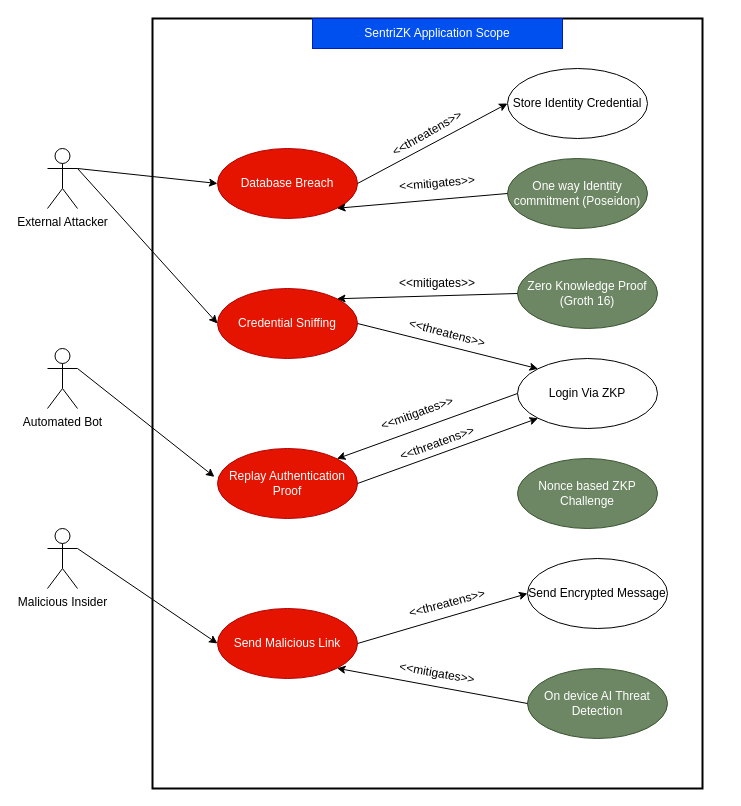
Earlier version of the draw.io diagram Doc/Academic/Proposal/slides/diagram/misuse_case_diagram.drawio (mohammadazri/SentriZK-InternalChat). Source tidied: cells renumbered, new cells numbered last; positions are measured from the earlier drawing's top-left corner, leaving out a move shared by most shapes. Both pictures are drawn from the tidied source at 100%, with x=0, y=0 at pixel (47, 18).
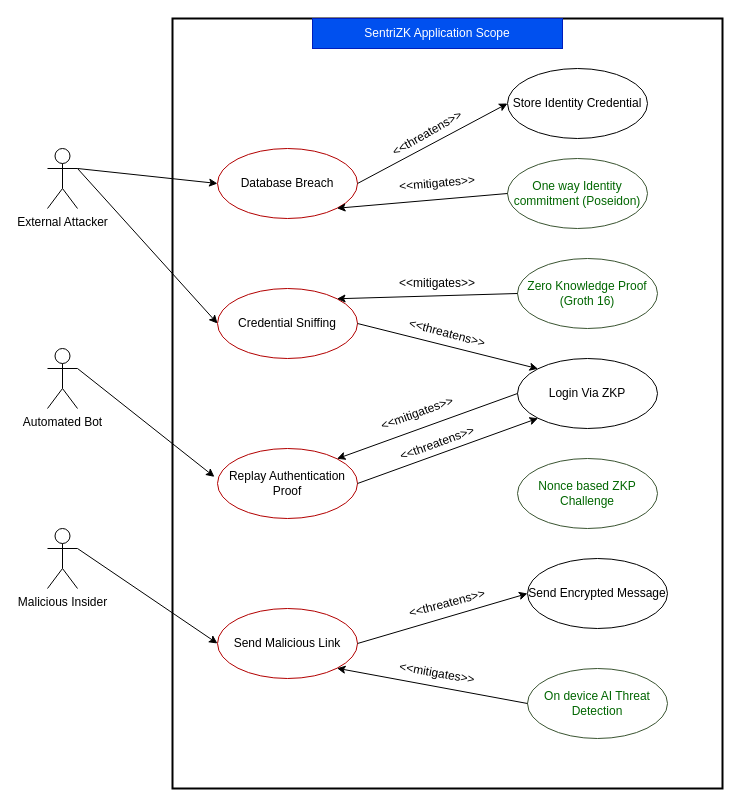
The same diagram, later.

Diff of the diagram source:
```diff
@@
-    <mxCell id="5" value="Database Breach" style="ellipse;whiteSpace=wrap;html=1;fillColor=#e51400;fontColor=#ffffff;strokeColor=#B20000;gradientColor=none;" parent="1" vertex="1">
+    <mxCell id="5" value="Database Breach" style="ellipse;whiteSpace=wrap;html=1;fillColor=none;fontColor=#000000;strokeColor=#B20000;gradientColor=none;" parent="1" vertex="1">
       <mxGeometry x="170" y="130" width="140" height="70" as="geometry" />
     </mxCell>
-    <mxCell id="6" value="Credential Sniffing" style="ellipse;whiteSpace=wrap;html=1;fillColor=#e51400;fontColor=#ffffff;strokeColor=#B20000;gradientColor=none;" parent="1" vertex="1">
+    <mxCell id="6" value="Credential Sniffing" style="ellipse;whiteSpace=wrap;html=1;fillColor=none;fontColor=#000000;strokeColor=#B20000;gradientColor=none;" parent="1" vertex="1">
       <mxGeometry x="170" y="270" width="140" height="70" as="geometry" />
     </mxCell>
-    <mxCell id="7" value="Replay Authentication Proof" style="ellipse;whiteSpace=wrap;html=1;fillColor=#e51400;fontColor=#ffffff;strokeColor=#B20000;gradientColor=none;" parent="1" vertex="1">
+    <mxCell id="7" value="Replay Authentication Proof" style="ellipse;whiteSpace=wrap;html=1;fillColor=none;fontColor=#000000;strokeColor=#B20000;gradientColor=none;" parent="1" vertex="1">
       <mxGeometry x="170" y="430" width="140" height="70" as="geometry" />
     </mxCell>
-    <mxCell id="8" value="Send Malicious Link" style="ellipse;whiteSpace=wrap;html=1;fillColor=#e51400;fontColor=#ffffff;strokeColor=#B20000;gradientColor=none;" parent="1" vertex="1">
+    <mxCell id="8" value="Send Malicious Link" style="ellipse;whiteSpace=wrap;html=1;fillColor=none;fontColor=#000000;strokeColor=#B20000;gradientColor=none;" parent="1" vertex="1">
       <mxGeometry x="170" y="590" width="140" height="70" as="geometry" />
     </mxCell>
@@
-    <mxCell id="12" value="One way Identity commitment (Poseidon)" style="ellipse;whiteSpace=wrap;html=1;fillColor=#6d8764;fontColor=#ffffff;strokeColor=#3A5431;" parent="1" vertex="1">
+    <mxCell id="12" value="One way Identity commitment (Poseidon)" style="ellipse;whiteSpace=wrap;html=1;fillColor=none;fontColor=#006600;strokeColor=#3A5431;" parent="1" vertex="1">
       <mxGeometry x="460" y="140" width="140" height="70" as="geometry" />
     </mxCell>
-    <mxCell id="13" value="&lt;div&gt;Zero Knowledge Proof&lt;/div&gt;&lt;div&gt;(Groth 16)&lt;/div&gt;" style="ellipse;whiteSpace=wrap;html=1;fillColor=#6d8764;fontColor=#ffffff;strokeColor=#3A5431;" parent="1" vertex="1">
+    <mxCell id="13" value="&lt;div&gt;Zero Knowledge Proof&lt;/div&gt;&lt;div&gt;(Groth 16)&lt;/div&gt;" style="ellipse;whiteSpace=wrap;html=1;fillColor=none;fontColor=#006600;strokeColor=#3A5431;" parent="1" vertex="1">
       <mxGeometry x="470" y="240" width="140" height="70" as="geometry" />
     </mxCell>
-    <mxCell id="14" value="Nonce based ZKP Challenge" style="ellipse;whiteSpace=wrap;html=1;fillColor=#6d8764;fontColor=#ffffff;strokeColor=#3A5431;" parent="1" vertex="1">
+    <mxCell id="14" value="Nonce based ZKP Challenge" style="ellipse;whiteSpace=wrap;html=1;fillColor=none;fontColor=#006600;strokeColor=#3A5431;" parent="1" vertex="1">
       <mxGeometry x="470" y="440" width="140" height="70" as="geometry" />
     </mxCell>
-    <mxCell id="15" value="On device AI Threat Detection" style="ellipse;whiteSpace=wrap;html=1;fillColor=#6d8764;fontColor=#ffffff;strokeColor=#3A5431;" parent="1" vertex="1">
+    <mxCell id="15" value="On device AI Threat Detection" style="ellipse;whiteSpace=wrap;html=1;fillColor=none;fontColor=#006600;strokeColor=#3A5431;" parent="1" vertex="1">
       <mxGeometry x="480" y="650" width="140" height="70" as="geometry" />
     </mxCell>
@@
     <mxCell id="36" style="rounded=0;whiteSpace=wrap;html=1;fillColor=none;strokeWidth=2;" parent="1" vertex="1">
-      <mxGeometry x="105" width="550" height="770" as="geometry" />
+      <mxGeometry x="125" width="550" height="770" as="geometry" />
     </mxCell>
```
